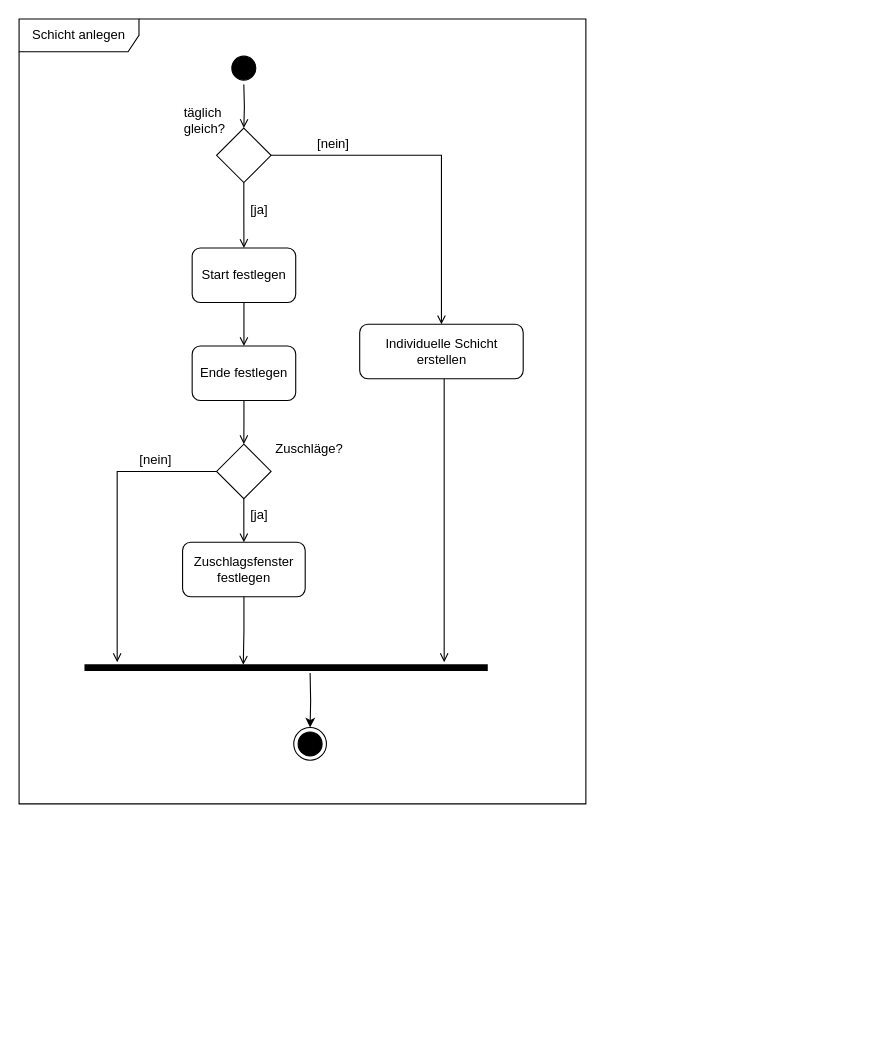
The draw.io diagram 4_Entwurf/Schicht anlegen.drawio in annikalenneper/praxisprojekt_mi_bachelor_SoSe24, before the edit. Source tidied: cells renumbered, new cells numbered last; positions are measured from the earlier drawing's top-left corner, leaving out a move shared by most shapes. Both pictures are drawn from the tidied source at 109%, with x=0, y=0 at pixel (19, 19).
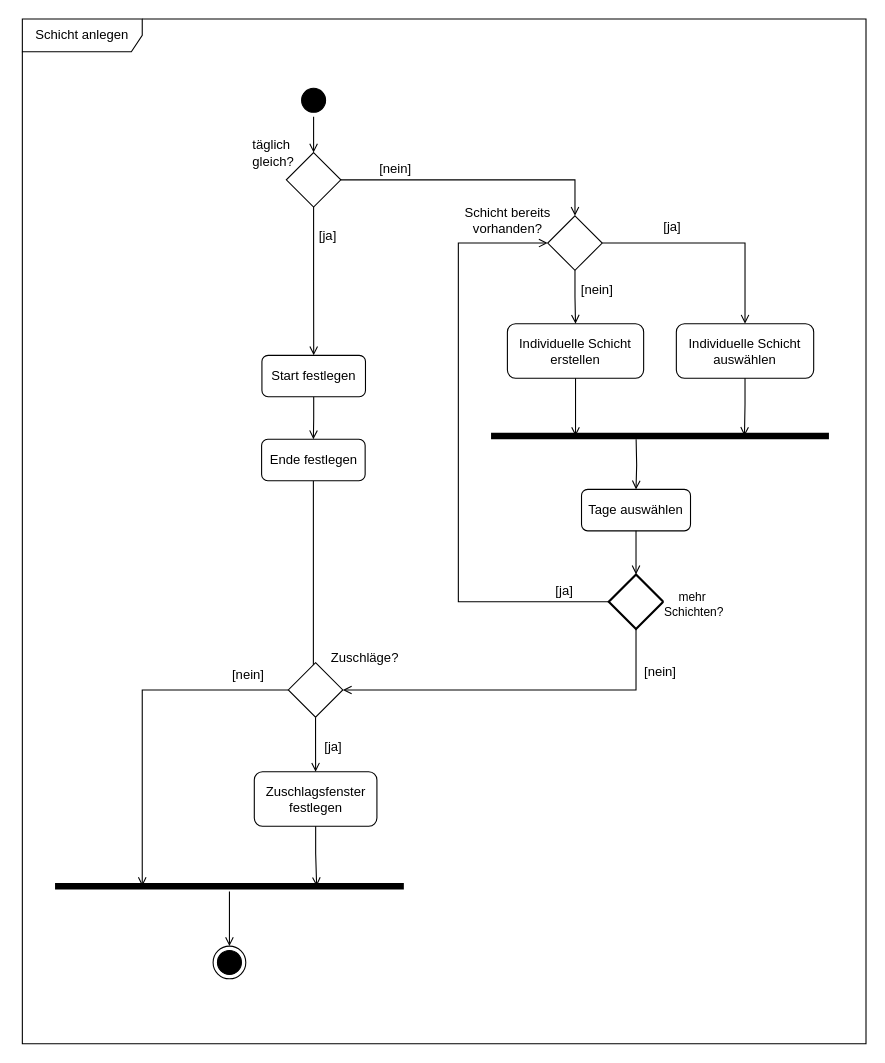
Above is the later version.

Commit message:
adjusted flow to new requirement (new extending call action "create individual shift"/ "Individuelle Schicht erstellen")

The edit, as a diff of the source:
```diff
@@
     <mxCell id="2" value="Schicht anlegen" style="shape=umlFrame;whiteSpace=wrap;html=1;width=110;height=30;" parent="1" vertex="1">
-      <mxGeometry width="520" height="720" as="geometry" />
+      <mxGeometry x="3" width="774" height="940" as="geometry" />
     </mxCell>
-    <mxCell id="3" style="edgeStyle=orthogonalEdgeStyle;rounded=0;jettySize=auto;html=1;entryX=0.5;entryY=0;entryDx=0;entryDy=0;endArrow=open;endFill=0;" parent="1" edge="1" target="9">
-      <mxGeometry relative="1" as="geometry">
-        <mxPoint x="206.2" y="60" as="sourcePoint" />
-      </mxGeometry>
-    </mxCell>
+    <mxCell id="28" style="edgeStyle=orthogonalEdgeStyle;rounded=0;jettySize=auto;html=1;endArrow=open;endFill=0;" parent="1" edge="1" source="4" target="9">
+      <mxGeometry relative="1" as="geometry" />
+    </mxCell>
     <mxCell id="4" style="ellipse;html=1;shape=startState;fillColor=#000000;strokeColor=#000000;" parent="1" vertex="1">
-      <mxGeometry x="191.2" y="30" width="30" height="30" as="geometry" />
+      <mxGeometry x="255.2" y="59.5" width="30" height="30" as="geometry" />
     </mxCell>
@@
     <mxCell id="6" value="Start festlegen" style="rounded=1;whiteSpace=wrap;html=1;" parent="1" vertex="1">
-      <mxGeometry x="158.8" y="210" width="95" height="50" as="geometry" />
+      <mxGeometry x="222.8" y="308.5" width="95" height="38" as="geometry" />
     </mxCell>
@@
-    <mxCell id="8" style="edgeStyle=orthogonalEdgeStyle;rounded=0;jettySize=auto;html=1;entryX=0.5;entryY=0;entryDx=0;entryDy=0;endArrow=open;endFill=0;" parent="1" edge="1" source="9" target="19">
+    <mxCell id="8" style="edgeStyle=orthogonalEdgeStyle;rounded=0;jettySize=auto;html=1;entryX=0.5;entryY=0;entryDx=0;entryDy=0;endArrow=open;endFill=0;" parent="1" edge="1" source="9" target="32">
       <mxGeometry relative="1" as="geometry" />
     </mxCell>
     <mxCell id="9" style="rhombus;whiteSpace=wrap;html=1;" parent="1" vertex="1">
-      <mxGeometry x="181.2" y="100" width="50" height="50" as="geometry" />
+      <mxGeometry x="245.2" y="122.5" width="50" height="50" as="geometry" />
     </mxCell>
     <mxCell id="10" value="täglich&amp;nbsp;&lt;div&gt;gleich?&lt;/div&gt;" style="text;html=1;align=center;verticalAlign=middle;strokeColor=none;fillColor=none;" parent="1" vertex="1">
-      <mxGeometry x="140" y="73" width="60" height="40" as="geometry" />
+      <mxGeometry x="203" y="102.5" width="60" height="40" as="geometry" />
     </mxCell>
-    <mxCell id="11" style="edgeStyle=orthogonalEdgeStyle;rounded=0;jettySize=auto;html=1;entryX=0.5;entryY=0;entryDx=0;entryDy=0;endArrow=open;endFill=0;" parent="1" edge="1" source="12" target="16">
-      <mxGeometry relative="1" as="geometry" />
+    <mxCell id="11" style="edgeStyle=orthogonalEdgeStyle;rounded=0;jettySize=auto;html=1;entryX=0.5;entryY=0;entryDx=0;entryDy=0;endArrow=open;endFill=0;exitX=0.5;exitY=1;exitDx=0;exitDy=0;" parent="1" edge="1" source="12" target="16">
+      <mxGeometry relative="1" as="geometry">
+        <Array as="points">
+          <mxPoint x="271" y="597.5" />
+        </Array>
+      </mxGeometry>
     </mxCell>
     <mxCell id="12" value="Ende festlegen" style="rounded=1;whiteSpace=wrap;html=1;" parent="1" vertex="1">
-      <mxGeometry x="158.8" y="300" width="95" height="50" as="geometry" />
+      <mxGeometry x="222.5" y="385.5" width="95" height="38" as="geometry" />
     </mxCell>
     <mxCell id="13" value="Zuschlagsf&lt;span style=&quot;background-color: initial;&quot;&gt;enster festlegen&lt;/span&gt;" style="rounded=1;whiteSpace=wrap;html=1;" parent="1" vertex="1">
-      <mxGeometry x="150" y="480" width="112.5" height="50" as="geometry" />
+      <mxGeometry x="215.8" y="690.5" width="112.5" height="50" as="geometry" />
     </mxCell>
-    <mxCell id="14" style="edgeStyle=orthogonalEdgeStyle;rounded=0;jettySize=auto;html=1;entryX=0.5;entryY=0;entryDx=0;entryDy=0;endArrow=open;endFill=0;" parent="1" edge="1" source="16" target="13">
+    <mxCell id="14" style="edgeStyle=orthogonalEdgeStyle;rounded=0;jettySize=auto;html=1;entryX=0.5;entryY=0;entryDx=0;entryDy=0;endArrow=open;endFill=0;exitX=0.5;exitY=1;exitDx=0;exitDy=0;" parent="1" edge="1" source="16" target="13">
       <mxGeometry relative="1" as="geometry" />
     </mxCell>
-    <mxCell id="15" style="edgeStyle=orthogonalEdgeStyle;rounded=0;jettySize=auto;html=1;endArrow=open;endFill=0;exitX=0;exitY=0.5;exitDx=0;exitDy=0;" parent="1" edge="1" source="16">
+    <mxCell id="15" style="edgeStyle=orthogonalEdgeStyle;rounded=0;jettySize=auto;html=1;endArrow=open;endFill=0;exitX=0;exitY=0.5;exitDx=0;exitDy=0;entryX=0.25;entryY=0.5;entryDx=0;entryDy=0;entryPerimeter=0;" parent="1" edge="1" source="16" target="18">
       <mxGeometry relative="1" as="geometry">
-        <mxPoint x="90" y="590" as="targetPoint" />
         <Array as="points">
-          <mxPoint x="90" y="415" />
+          <mxPoint x="113" y="615.5" />
         </Array>
       </mxGeometry>
     </mxCell>
     <mxCell id="16" style="rhombus;whiteSpace=wrap;html=1;" parent="1" vertex="1">
-      <mxGeometry x="181.2" y="390" width="50" height="50" as="geometry" />
+      <mxGeometry x="247" y="590.5" width="50" height="50" as="geometry" />
     </mxCell>
-    <mxCell id="17" style="edgeStyle=orthogonalEdgeStyle;rounded=0;jettySize=auto;html=1;entryX=0.5;entryY=0;entryDx=0;entryDy=0;" parent="1" edge="1" target="25">
-      <mxGeometry relative="1" as="geometry">
-        <mxPoint x="267" y="600" as="sourcePoint" />
-      </mxGeometry>
-    </mxCell>
+    <mxCell id="29" style="edgeStyle=orthogonalEdgeStyle;rounded=0;jettySize=auto;html=1;entryX=0.5;entryY=0;entryDx=0;entryDy=0;strokeColor=default;align=center;verticalAlign=middle;fontFamily=Helvetica;fontSize=11;fontColor=default;labelBackgroundColor=default;endArrow=open;endFill=0;" parent="1" edge="1" source="18" target="25">
+      <mxGeometry relative="1" as="geometry" />
+    </mxCell>
     <mxCell id="18" style="shape=line;html=1;strokeWidth=6;strokeColor=#000000;fillColor=#000000;" parent="1" vertex="1">
-      <mxGeometry x="60" y="590" width="370" height="10" as="geometry" />
+      <mxGeometry x="33" y="790.5" width="320" height="10" as="geometry" />
     </mxCell>
     <mxCell id="19" value="Individuelle Schicht erstellen" style="rounded=1;whiteSpace=wrap;html=1;" parent="1" vertex="1">
-      <mxGeometry x="312.5" y="280" width="150" height="50" as="geometry" />
+      <mxGeometry x="448" y="279.5" width="125" height="50" as="geometry" />
     </mxCell>
     <mxCell id="20" value="Zuschläge?" style="text;html=1;align=center;verticalAlign=middle;strokeColor=none;fillColor=none;" parent="1" vertex="1">
-      <mxGeometry x="221.2" y="380" width="90" height="30" as="geometry" />
+      <mxGeometry x="272" y="570.5" width="90" height="30" as="geometry" />
     </mxCell>
-    <mxCell id="21" style="edgeStyle=orthogonalEdgeStyle;rounded=0;jettySize=auto;html=1;entryX=0.359;entryY=0.233;entryDx=0;entryDy=0;entryPerimeter=0;endArrow=open;endFill=0;" parent="1" edge="1" source="13">
-      <mxGeometry relative="1" as="geometry">
-        <mxPoint x="205.7" y="592.3" as="targetPoint" />
-      </mxGeometry>
-    </mxCell>
-    <mxCell id="22" style="edgeStyle=orthogonalEdgeStyle;rounded=0;jettySize=auto;html=1;endArrow=open;endFill=0;" parent="1" edge="1" source="19">
-      <mxGeometry relative="1" as="geometry">
-        <mxPoint x="390" y="590" as="targetPoint" />
-        <Array as="points">
-          <mxPoint x="390" y="590" />
-        </Array>
-      </mxGeometry>
-    </mxCell>
     <mxCell id="23" value="[nein]" style="text;html=1;align=center;verticalAlign=middle;strokeColor=none;fillColor=none;" parent="1" vertex="1">
-      <mxGeometry x="262.5" y="100" width="50" height="30" as="geometry" />
+      <mxGeometry x="319.5" y="122.5" width="50" height="30" as="geometry" />
     </mxCell>
     <mxCell id="24" value="[ja]" style="text;html=1;align=center;verticalAlign=middle;strokeColor=none;fillColor=none;" parent="1" vertex="1">
-      <mxGeometry x="200" y="160" width="40" height="30" as="geometry" />
+      <mxGeometry x="263" y="183.5" width="40" height="30" as="geometry" />
     </mxCell>
     <mxCell id="25" style="ellipse;html=1;shape=endState;fillColor=strokeColor;" parent="1" vertex="1">
-      <mxGeometry x="252" y="650" width="30" height="30" as="geometry" />
+      <mxGeometry x="178" y="850.5" width="30" height="30" as="geometry" />
     </mxCell>
     <mxCell id="26" value="[ja]" style="text;html=1;align=center;verticalAlign=middle;strokeColor=none;fillColor=none;" parent="1" vertex="1">
-      <mxGeometry x="200" y="440" width="40" height="30" as="geometry" />
+      <mxGeometry x="268" y="652.5" width="40" height="30" as="geometry" />
     </mxCell>
     <mxCell id="27" value="[nein]" style="text;html=1;align=center;verticalAlign=middle;strokeColor=none;fillColor=none;" parent="1" vertex="1">
-      <mxGeometry x="100" y="390" width="50" height="30" as="geometry" />
+      <mxGeometry x="184.8" y="586.5" width="50" height="30" as="geometry" />
     </mxCell>
+    <mxCell id="30" style="edgeStyle=orthogonalEdgeStyle;rounded=0;jettySize=auto;html=1;endArrow=open;endFill=0;" parent="1" edge="1" source="32" target="19">
+      <mxGeometry relative="1" as="geometry" />
+    </mxCell>
+    <mxCell id="31" style="edgeStyle=orthogonalEdgeStyle;rounded=0;jettySize=auto;html=1;entryX=0.5;entryY=0;entryDx=0;entryDy=0;strokeColor=default;align=center;verticalAlign=middle;fontFamily=Helvetica;fontSize=11;fontColor=default;labelBackgroundColor=default;endArrow=open;endFill=0;" parent="1" edge="1" source="32" target="36">
+      <mxGeometry relative="1" as="geometry" />
+    </mxCell>
+    <mxCell id="32" style="rhombus;whiteSpace=wrap;html=1;" parent="1" vertex="1">
+      <mxGeometry x="485" y="180.5" width="50" height="50" as="geometry" />
+    </mxCell>
+    <mxCell id="33" value="Schicht bereits&lt;div&gt;vorhanden?&lt;/div&gt;" style="text;html=1;align=center;verticalAlign=middle;strokeColor=none;fillColor=none;" parent="1" vertex="1">
+      <mxGeometry x="398" y="164.5" width="100" height="40" as="geometry" />
+    </mxCell>
+    <mxCell id="34" style="edgeStyle=orthogonalEdgeStyle;rounded=0;jettySize=auto;html=1;entryX=0.5;entryY=0;entryDx=0;entryDy=0;endArrow=open;endFill=0;exitX=0.504;exitY=0.788;exitDx=0;exitDy=0;exitPerimeter=0;" parent="1" edge="1" target="40">
+      <mxGeometry relative="1" as="geometry">
+        <mxPoint x="566.1" y="385.4" as="sourcePoint" />
+      </mxGeometry>
+    </mxCell>
+    <mxCell id="35" style="shape=line;html=1;strokeWidth=6;strokeColor=#000000;fillColor=#000000;" parent="1" vertex="1">
+      <mxGeometry x="433" y="377.5" width="310" height="10" as="geometry" />
+    </mxCell>
+    <mxCell id="36" value="Individuelle Schicht auswählen" style="rounded=1;whiteSpace=wrap;html=1;" parent="1" vertex="1">
+      <mxGeometry x="603" y="279.5" width="126" height="50" as="geometry" />
+    </mxCell>
+    <mxCell id="37" value="[ja]" style="text;html=1;align=center;verticalAlign=middle;strokeColor=none;fillColor=none;" parent="1" vertex="1">
+      <mxGeometry x="579" y="175.5" width="40" height="30" as="geometry" />
+    </mxCell>
+    <mxCell id="38" value="[nein]" style="text;html=1;align=center;verticalAlign=middle;strokeColor=none;fillColor=none;" parent="1" vertex="1">
+      <mxGeometry x="505" y="233.5" width="50" height="30" as="geometry" />
+    </mxCell>
+    <mxCell id="39" style="edgeStyle=orthogonalEdgeStyle;rounded=0;jettySize=auto;html=1;entryX=0.25;entryY=0.5;entryDx=0;entryDy=0;entryPerimeter=0;endArrow=open;endFill=0;exitX=0.5;exitY=1;exitDx=0;exitDy=0;" parent="1" edge="1" source="19" target="35">
+      <mxGeometry relative="1" as="geometry" />
+    </mxCell>
+    <mxCell id="40" value="Tage auswählen" style="rounded=1;whiteSpace=wrap;html=1;" parent="1" vertex="1">
+      <mxGeometry x="516" y="431.5" width="100" height="38" as="geometry" />
+    </mxCell>
+    <mxCell id="41" style="edgeStyle=orthogonalEdgeStyle;rounded=0;jettySize=auto;html=1;entryX=0;entryY=0.5;entryDx=0;entryDy=0;strokeColor=default;align=center;verticalAlign=middle;fontFamily=Helvetica;fontSize=11;fontColor=default;labelBackgroundColor=default;endArrow=open;endFill=0;exitX=0;exitY=0.5;exitDx=0;exitDy=0;exitPerimeter=0;" parent="1" edge="1" source="43" target="32">
+      <mxGeometry relative="1" as="geometry">
+        <Array as="points">
+          <mxPoint x="403" y="534.5" />
+          <mxPoint x="403" y="205.5" />
+        </Array>
+      </mxGeometry>
+    </mxCell>
+    <mxCell id="42" style="edgeStyle=orthogonalEdgeStyle;rounded=0;jettySize=auto;html=1;entryX=1;entryY=0.5;entryDx=0;entryDy=0;strokeColor=default;align=center;verticalAlign=middle;fontFamily=Helvetica;fontSize=11;fontColor=default;labelBackgroundColor=default;endArrow=open;endFill=0;" parent="1" edge="1" source="43" target="16">
+      <mxGeometry relative="1" as="geometry">
+        <Array as="points">
+          <mxPoint x="566" y="615.5" />
+        </Array>
+      </mxGeometry>
+    </mxCell>
+    <mxCell id="43" style="strokeWidth=2;html=1;shape=mxgraph.flowchart.decision;whiteSpace=wrap;" parent="1" vertex="1">
+      <mxGeometry x="541" y="509.5" width="50" height="50" as="geometry" />
+    </mxCell>
+    <mxCell id="44" style="edgeStyle=orthogonalEdgeStyle;rounded=0;jettySize=auto;html=1;entryX=0.5;entryY=0;entryDx=0;entryDy=0;entryPerimeter=0;endArrow=open;endFill=0;" parent="1" edge="1" source="40" target="43">
+      <mxGeometry relative="1" as="geometry" />
+    </mxCell>
+    <mxCell id="45" value="mehr&amp;nbsp;&lt;div&gt;Schichten?&lt;/div&gt;" style="text;html=1;align=center;verticalAlign=middle;strokeColor=none;fillColor=none;fontFamily=Helvetica;fontSize=11;fontColor=default;labelBackgroundColor=default;" parent="1" vertex="1">
+      <mxGeometry x="579" y="516.5" width="80" height="40" as="geometry" />
+    </mxCell>
+    <mxCell id="46" value="[ja]" style="text;html=1;align=center;verticalAlign=middle;strokeColor=none;fillColor=none;" parent="1" vertex="1">
+      <mxGeometry x="480" y="509.5" width="40" height="30" as="geometry" />
+    </mxCell>
+    <mxCell id="47" style="edgeStyle=orthogonalEdgeStyle;rounded=0;jettySize=auto;html=1;entryX=0.75;entryY=0.5;entryDx=0;entryDy=0;entryPerimeter=0;strokeColor=default;align=center;verticalAlign=middle;fontFamily=Helvetica;fontSize=11;fontColor=default;labelBackgroundColor=default;endArrow=open;endFill=0;exitX=0.5;exitY=1;exitDx=0;exitDy=0;" parent="1" edge="1" source="36" target="35">
+      <mxGeometry relative="1" as="geometry" />
+    </mxCell>
+    <mxCell id="48" style="edgeStyle=orthogonalEdgeStyle;rounded=0;jettySize=auto;html=1;entryX=0.75;entryY=0.5;entryDx=0;entryDy=0;entryPerimeter=0;strokeColor=default;align=center;verticalAlign=middle;fontFamily=Helvetica;fontSize=11;fontColor=default;labelBackgroundColor=default;endArrow=open;endFill=0;" parent="1" edge="1" source="13" target="18">
+      <mxGeometry relative="1" as="geometry" />
+    </mxCell>
+    <mxCell id="49" value="[nein]" style="text;html=1;align=center;verticalAlign=middle;strokeColor=none;fillColor=none;" parent="1" vertex="1">
+      <mxGeometry x="563" y="583.5" width="50" height="30" as="geometry" />
+    </mxCell>
```
